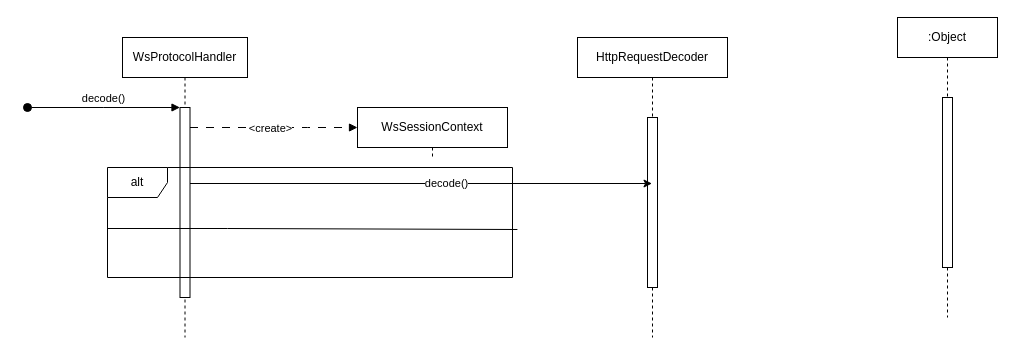
Above: J-im流程图/WsProtocolHandler时序图.drawio in RR9-cn/DrawFile (draw.io), before the change. Source tidied: cells renumbered, new cells numbered last; positions are measured from the earlier drawing's top-left corner, leaving out a move shared by most shapes. Both pictures are drawn from the tidied source at 100%, with x=0, y=0 at pixel (27, 17).
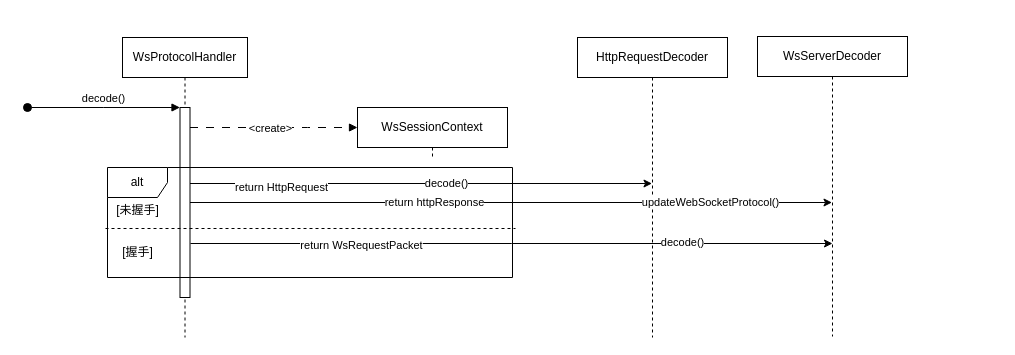
The same page after the edit.

Commit message (it also covers changes not shown here):
更新WsProtocolHandler时序图.drawio

Unchanged cells that the change refers to:
```xml
<mxCell id="3" style="html=1;points=[];perimeter=orthogonalPerimeter;outlineConnect=0;targetShapes=umlLifeline;portConstraint=eastwest;newEdgeStyle={&quot;edgeStyle&quot;:&quot;elbowEdgeStyle&quot;,&quot;elbow&quot;:&quot;vertical&quot;,&quot;curved&quot;:0,&quot;rounded&quot;:0};" parent="2" vertex="1">
  <mxGeometry x="57.5" y="70" width="10" height="190" as="geometry" />
</mxCell>
<mxCell id="11" value="HttpRequestDecoder" style="shape=umlLifeline;perimeter=lifelinePerimeter;whiteSpace=wrap;html=1;newEdgeStyle={&quot;edgeStyle&quot;:&quot;elbowEdgeStyle&quot;,&quot;elbow&quot;:&quot;vertical&quot;,&quot;curved&quot;:0,&quot;rounded&quot;:0};" parent="1" vertex="1">
  <mxGeometry x="550" y="20" width="150" height="300" as="geometry" />
</mxCell>
<mxCell id="13" style="edgeStyle=elbowEdgeStyle;rounded=0;orthogonalLoop=1;jettySize=auto;html=1;elbow=vertical;curved=0;" parent="1" edge="1">
  <mxGeometry relative="1" as="geometry">
    <mxPoint x="162.5" y="166" as="sourcePoint" />
    <mxPoint x="624.5" y="166" as="targetPoint" />
  </mxGeometry>
</mxCell>
```

The edit, as a diff of the source:
```diff
@@
-    <mxCell id="7" value=":Object" style="shape=umlLifeline;perimeter=lifelinePerimeter;whiteSpace=wrap;html=1;newEdgeStyle={&quot;edgeStyle&quot;:&quot;elbowEdgeStyle&quot;,&quot;elbow&quot;:&quot;vertical&quot;,&quot;curved&quot;:0,&quot;rounded&quot;:0};" parent="1" vertex="1">
-      <mxGeometry x="870" width="100" height="300" as="geometry" />
-    </mxCell>
-    <mxCell id="8" style="html=1;perimeter=orthogonalPerimeter;targetShapes=umlLifeline;newEdgeStyle={&quot;edgeStyle&quot;:&quot;elbowEdgeStyle&quot;,&quot;elbow&quot;:&quot;vertical&quot;,&quot;curved&quot;:0,&quot;rounded&quot;:0};" parent="7" vertex="1">
-      <mxGeometry x="45" y="80" width="10" height="170" as="geometry" />
-    </mxCell>
@@
-    <mxCell id="10" style="endArrow=none;html=1;rounded=0;exitX=0;exitY=0.545;exitDx=0;exitDy=0;exitPerimeter=0;entryX=1.012;entryY=0.555;entryDx=0;entryDy=0;entryPerimeter=0;" parent="1" edge="1">
+    <mxCell id="10" style="endArrow=none;html=1;rounded=0;exitX=0;exitY=0.545;exitDx=0;exitDy=0;exitPerimeter=0;dashed=1;" parent="1" edge="1">
       <mxGeometry relative="1" as="geometry">
-        <mxPoint x="80" y="211" as="sourcePoint" />
-        <mxPoint x="489.9" y="212" as="targetPoint" />
+        <mxPoint x="78" y="211" as="sourcePoint" />
+        <mxPoint x="488" y="211" as="targetPoint" />
         <Array as="points">
-          <mxPoint x="200" y="211" />
+          <mxPoint x="198" y="211" />
         </Array>
       </mxGeometry>
     </mxCell>
@@
-    <mxCell id="12" style="html=1;perimeter=orthogonalPerimeter;targetShapes=umlLifeline;newEdgeStyle={&quot;edgeStyle&quot;:&quot;elbowEdgeStyle&quot;,&quot;elbow&quot;:&quot;vertical&quot;,&quot;curved&quot;:0,&quot;rounded&quot;:0};" parent="11" vertex="1">
-      <mxGeometry x="70" y="80" width="10" height="170" as="geometry" />
-    </mxCell>
@@
+    <mxCell id="15" value="return&amp;nbsp;HttpRequest" style="edgeLabel;html=1;align=center;verticalAlign=middle;" parent="13" vertex="1">
+      <mxGeometry x="-0.61" y="-3" relative="1" as="geometry">
+        <mxPoint x="1" as="offset" />
+      </mxGeometry>
+    </mxCell>
+    <mxCell id="16" value="WsServerDecoder" style="shape=umlLifeline;perimeter=lifelinePerimeter;whiteSpace=wrap;html=1;outlineConnect=0;portConstraint=eastwest;newEdgeStyle={&quot;edgeStyle&quot;:&quot;elbowEdgeStyle&quot;,&quot;elbow&quot;:&quot;vertical&quot;,&quot;curved&quot;:0,&quot;rounded&quot;:0};" parent="1" vertex="1">
+      <mxGeometry x="730" y="19" width="150" height="300" as="geometry" />
+    </mxCell>
+    <mxCell id="17" style="edgeStyle=elbowEdgeStyle;rounded=0;jettySize=auto;html=1;elbow=vertical;curved=0;" parent="1" edge="1" source="3" target="16">
+      <mxGeometry relative="1" as="geometry" />
+    </mxCell>
+    <mxCell id="18" value="updateWebSocketProtocol()" style="edgeLabel;html=1;align=center;verticalAlign=middle;" parent="17" vertex="1">
+      <mxGeometry x="0.62" y="1" relative="1" as="geometry" />
+    </mxCell>
+    <mxCell id="19" value="return&amp;nbsp;httpResponse" style="edgeLabel;html=1;align=center;verticalAlign=middle;" parent="17" vertex="1">
+      <mxGeometry x="-0.24" y="1" relative="1" as="geometry" />
+    </mxCell>
+    <mxCell id="20" style="edgeStyle=elbowEdgeStyle;rounded=0;orthogonalLoop=1;jettySize=auto;html=1;elbow=vertical;curved=0;" parent="1" edge="1">
+      <mxGeometry relative="1" as="geometry">
+        <mxPoint x="163" y="226" as="sourcePoint" />
+        <mxPoint x="805" y="226" as="targetPoint" />
+      </mxGeometry>
+    </mxCell>
+    <mxCell id="21" value="decode()" style="edgeLabel;html=1;align=center;verticalAlign=middle;" parent="20" vertex="1">
+      <mxGeometry x="0.53" y="2" relative="1" as="geometry" />
+    </mxCell>
+    <mxCell id="22" value="return&amp;nbsp;WsRequestPacket" style="edgeLabel;html=1;align=center;verticalAlign=middle;" parent="20" vertex="1">
+      <mxGeometry x="-0.47" y="-1" relative="1" as="geometry" />
+    </mxCell>
+    <mxCell id="23" value="[未握手]" style="text;html=1;align=center;verticalAlign=middle;strokeColor=none;fillColor=none;" parent="1" vertex="1">
+      <mxGeometry x="75" y="178" width="70" height="30" as="geometry" />
+    </mxCell>
+    <mxCell id="24" value="[握手]" style="text;html=1;align=center;verticalAlign=middle;strokeColor=none;fillColor=none;" parent="1" vertex="1">
+      <mxGeometry x="85" y="220" width="50" height="30" as="geometry" />
+    </mxCell>
```
